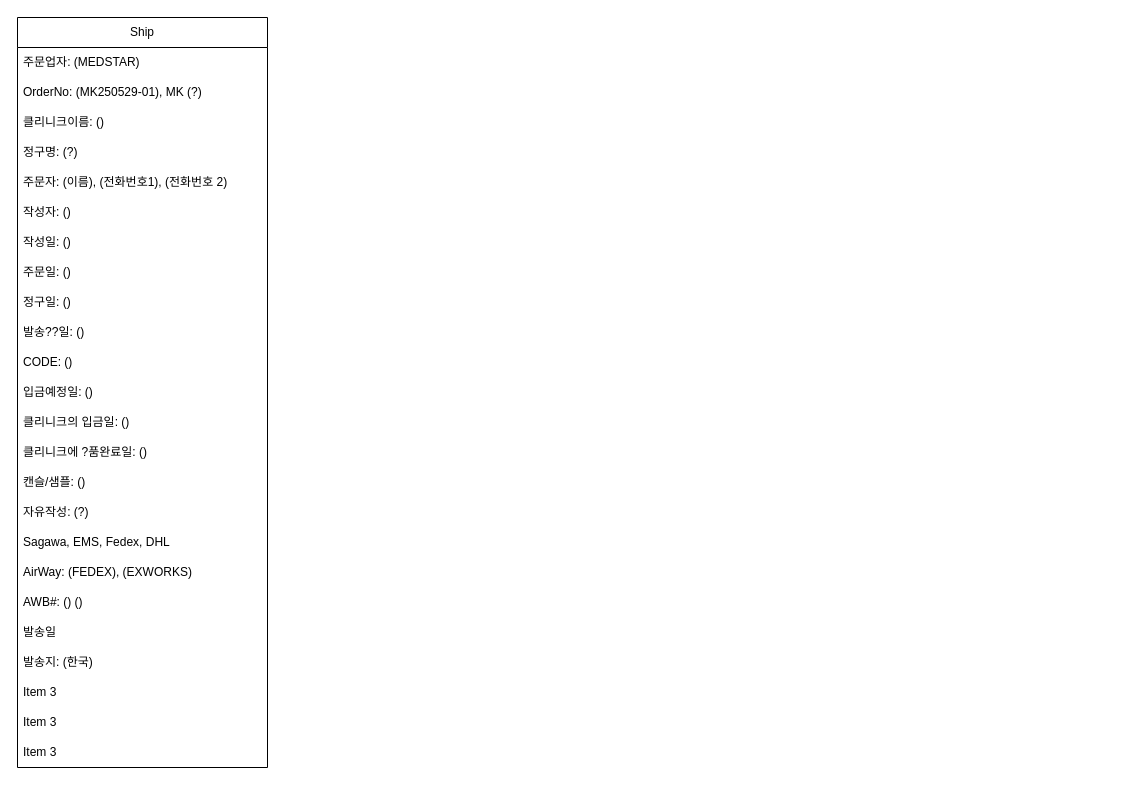
Above: medstar.drawio in danieldotskc/helloworld (draw.io), before the change. Source tidied: cells renumbered, new cells numbered last; positions are measured from the earlier drawing's top-left corner, leaving out a move shared by most shapes. Both pictures are drawn from the tidied source at 100%, with x=0, y=0 at pixel (17, 17).
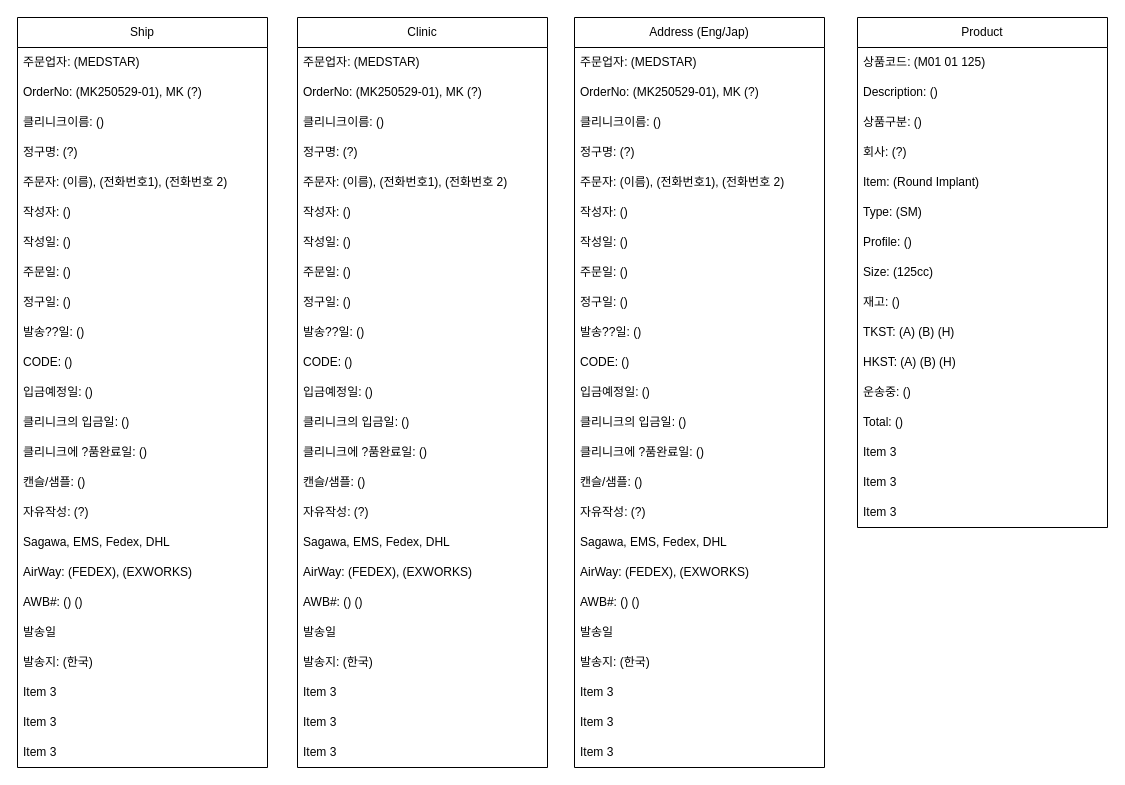
The same diagram, later.

Change to the diagram source:
```diff
@@
+    <mxCell id="27" value="Clinic" style="swimlane;fontStyle=0;horizontal=1;startSize=30;whiteSpace=wrap;html=1;" parent="1" vertex="1">
+      <mxGeometry x="280" width="250" height="750" as="geometry" />
+    </mxCell>
+    <mxCell id="28" value="주문업자: (MEDSTAR)" style="text;strokeColor=none;fillColor=none;align=left;verticalAlign=middle;spacingLeft=4;spacingRight=4;overflow=hidden;whiteSpace=wrap;html=1;" parent="27" vertex="1">
+      <mxGeometry y="30" width="250" height="30" as="geometry" />
+    </mxCell>
+    <mxCell id="29" value="OrderNo: (MK250529-01), MK (?)" style="text;strokeColor=none;fillColor=none;align=left;verticalAlign=middle;spacingLeft=4;spacingRight=4;overflow=hidden;whiteSpace=wrap;html=1;" parent="27" vertex="1">
+      <mxGeometry y="60" width="250" height="30" as="geometry" />
+    </mxCell>
+    <mxCell id="30" value="클리니크이름: ()" style="text;strokeColor=none;fillColor=none;align=left;verticalAlign=middle;spacingLeft=4;spacingRight=4;overflow=hidden;whiteSpace=wrap;html=1;" parent="27" vertex="1">
+      <mxGeometry y="90" width="250" height="30" as="geometry" />
+    </mxCell>
+    <mxCell id="31" value="정구명: (?)" style="text;strokeColor=none;fillColor=none;align=left;verticalAlign=middle;spacingLeft=4;spacingRight=4;overflow=hidden;whiteSpace=wrap;html=1;" parent="27" vertex="1">
+      <mxGeometry y="120" width="250" height="30" as="geometry" />
+    </mxCell>
+    <mxCell id="32" value="주문자: (이름), (전화번호1), (전화번호 2)" style="text;strokeColor=none;fillColor=none;align=left;verticalAlign=middle;spacingLeft=4;spacingRight=4;overflow=hidden;whiteSpace=wrap;html=1;" parent="27" vertex="1">
+      <mxGeometry y="150" width="250" height="30" as="geometry" />
+    </mxCell>
+    <mxCell id="33" value="작성자: ()" style="text;strokeColor=none;fillColor=none;align=left;verticalAlign=middle;spacingLeft=4;spacingRight=4;overflow=hidden;whiteSpace=wrap;html=1;" parent="27" vertex="1">
+      <mxGeometry y="180" width="250" height="30" as="geometry" />
+    </mxCell>
+    <mxCell id="34" value="작성일: ()" style="text;strokeColor=none;fillColor=none;align=left;verticalAlign=middle;spacingLeft=4;spacingRight=4;overflow=hidden;whiteSpace=wrap;html=1;" parent="27" vertex="1">
+      <mxGeometry y="210" width="250" height="30" as="geometry" />
+    </mxCell>
+    <mxCell id="35" value="주문일: ()" style="text;strokeColor=none;fillColor=none;align=left;verticalAlign=middle;spacingLeft=4;spacingRight=4;overflow=hidden;whiteSpace=wrap;html=1;" parent="27" vertex="1">
+      <mxGeometry y="240" width="250" height="30" as="geometry" />
+    </mxCell>
+    <mxCell id="36" value="정구일: ()" style="text;strokeColor=none;fillColor=none;align=left;verticalAlign=middle;spacingLeft=4;spacingRight=4;overflow=hidden;whiteSpace=wrap;html=1;" parent="27" vertex="1">
+      <mxGeometry y="270" width="250" height="30" as="geometry" />
+    </mxCell>
+    <mxCell id="37" value="발송??일: ()" style="text;strokeColor=none;fillColor=none;align=left;verticalAlign=middle;spacingLeft=4;spacingRight=4;overflow=hidden;whiteSpace=wrap;html=1;" parent="27" vertex="1">
+      <mxGeometry y="300" width="250" height="30" as="geometry" />
+    </mxCell>
+    <mxCell id="38" value="CODE: ()" style="text;strokeColor=none;fillColor=none;align=left;verticalAlign=middle;spacingLeft=4;spacingRight=4;overflow=hidden;whiteSpace=wrap;html=1;" parent="27" vertex="1">
+      <mxGeometry y="330" width="250" height="30" as="geometry" />
+    </mxCell>
+    <mxCell id="39" value="입금예정일: ()" style="text;strokeColor=none;fillColor=none;align=left;verticalAlign=middle;spacingLeft=4;spacingRight=4;overflow=hidden;whiteSpace=wrap;html=1;" parent="27" vertex="1">
+      <mxGeometry y="360" width="250" height="30" as="geometry" />
+    </mxCell>
+    <mxCell id="40" value="클리니크의 입금일: ()" style="text;strokeColor=none;fillColor=none;align=left;verticalAlign=middle;spacingLeft=4;spacingRight=4;overflow=hidden;whiteSpace=wrap;html=1;" parent="27" vertex="1">
+      <mxGeometry y="390" width="250" height="30" as="geometry" />
+    </mxCell>
+    <mxCell id="41" value="클리니크에 ?품완료일: ()" style="text;strokeColor=none;fillColor=none;align=left;verticalAlign=middle;spacingLeft=4;spacingRight=4;overflow=hidden;whiteSpace=wrap;html=1;" parent="27" vertex="1">
+      <mxGeometry y="420" width="250" height="30" as="geometry" />
+    </mxCell>
+    <mxCell id="42" value="캔슬/샘플: ()" style="text;strokeColor=none;fillColor=none;align=left;verticalAlign=middle;spacingLeft=4;spacingRight=4;overflow=hidden;whiteSpace=wrap;html=1;" parent="27" vertex="1">
+      <mxGeometry y="450" width="250" height="30" as="geometry" />
+    </mxCell>
+    <mxCell id="43" value="자유작성: (?)" style="text;strokeColor=none;fillColor=none;align=left;verticalAlign=middle;spacingLeft=4;spacingRight=4;overflow=hidden;whiteSpace=wrap;html=1;" parent="27" vertex="1">
+      <mxGeometry y="480" width="250" height="30" as="geometry" />
+    </mxCell>
+    <mxCell id="44" value="&lt;span style=&quot;text-align: center; text-wrap-mode: nowrap;&quot;&gt;Sagawa, EMS, Fedex, DHL&lt;/span&gt;" style="text;strokeColor=none;fillColor=none;align=left;verticalAlign=middle;spacingLeft=4;spacingRight=4;overflow=hidden;whiteSpace=wrap;html=1;" parent="27" vertex="1">
+      <mxGeometry y="510" width="250" height="30" as="geometry" />
+    </mxCell>
+    <mxCell id="45" value="&lt;span style=&quot;text-align: center; text-wrap-mode: nowrap;&quot;&gt;AirWay: (FEDEX), (EXWORKS)&lt;/span&gt;" style="text;strokeColor=none;fillColor=none;align=left;verticalAlign=middle;spacingLeft=4;spacingRight=4;overflow=hidden;whiteSpace=wrap;html=1;" parent="27" vertex="1">
+      <mxGeometry y="540" width="250" height="30" as="geometry" />
+    </mxCell>
+    <mxCell id="46" value="AWB#: () ()" style="text;strokeColor=none;fillColor=none;align=left;verticalAlign=middle;spacingLeft=4;spacingRight=4;overflow=hidden;whiteSpace=wrap;html=1;" parent="27" vertex="1">
+      <mxGeometry y="570" width="250" height="30" as="geometry" />
+    </mxCell>
+    <mxCell id="47" value="발송일" style="text;strokeColor=none;fillColor=none;align=left;verticalAlign=middle;spacingLeft=4;spacingRight=4;overflow=hidden;whiteSpace=wrap;html=1;" parent="27" vertex="1">
+      <mxGeometry y="600" width="250" height="30" as="geometry" />
+    </mxCell>
+    <mxCell id="48" value="발송지: (한국)" style="text;strokeColor=none;fillColor=none;align=left;verticalAlign=middle;spacingLeft=4;spacingRight=4;overflow=hidden;whiteSpace=wrap;html=1;" parent="27" vertex="1">
+      <mxGeometry y="630" width="250" height="30" as="geometry" />
+    </mxCell>
+    <mxCell id="49" value="Item 3" style="text;strokeColor=none;fillColor=none;align=left;verticalAlign=middle;spacingLeft=4;spacingRight=4;overflow=hidden;whiteSpace=wrap;html=1;" parent="27" vertex="1">
+      <mxGeometry y="660" width="250" height="30" as="geometry" />
+    </mxCell>
+    <mxCell id="50" value="Item 3" style="text;strokeColor=none;fillColor=none;align=left;verticalAlign=middle;spacingLeft=4;spacingRight=4;overflow=hidden;whiteSpace=wrap;html=1;" parent="27" vertex="1">
+      <mxGeometry y="690" width="250" height="30" as="geometry" />
+    </mxCell>
+    <mxCell id="51" value="Item 3" style="text;strokeColor=none;fillColor=none;align=left;verticalAlign=middle;spacingLeft=4;spacingRight=4;overflow=hidden;whiteSpace=wrap;html=1;" parent="27" vertex="1">
+      <mxGeometry y="720" width="250" height="30" as="geometry" />
+    </mxCell>
+    <mxCell id="52" value="Address (Eng/Jap)" style="swimlane;fontStyle=0;horizontal=1;startSize=30;whiteSpace=wrap;html=1;" parent="1" vertex="1">
+      <mxGeometry x="557" width="250" height="750" as="geometry" />
+    </mxCell>
+    <mxCell id="53" value="주문업자: (MEDSTAR)" style="text;strokeColor=none;fillColor=none;align=left;verticalAlign=middle;spacingLeft=4;spacingRight=4;overflow=hidden;whiteSpace=wrap;html=1;" parent="52" vertex="1">
+      <mxGeometry y="30" width="250" height="30" as="geometry" />
+    </mxCell>
+    <mxCell id="54" value="OrderNo: (MK250529-01), MK (?)" style="text;strokeColor=none;fillColor=none;align=left;verticalAlign=middle;spacingLeft=4;spacingRight=4;overflow=hidden;whiteSpace=wrap;html=1;" parent="52" vertex="1">
+      <mxGeometry y="60" width="250" height="30" as="geometry" />
+    </mxCell>
+    <mxCell id="55" value="클리니크이름: ()" style="text;strokeColor=none;fillColor=none;align=left;verticalAlign=middle;spacingLeft=4;spacingRight=4;overflow=hidden;whiteSpace=wrap;html=1;" parent="52" vertex="1">
+      <mxGeometry y="90" width="250" height="30" as="geometry" />
+    </mxCell>
+    <mxCell id="56" value="정구명: (?)" style="text;strokeColor=none;fillColor=none;align=left;verticalAlign=middle;spacingLeft=4;spacingRight=4;overflow=hidden;whiteSpace=wrap;html=1;" parent="52" vertex="1">
+      <mxGeometry y="120" width="250" height="30" as="geometry" />
+    </mxCell>
+    <mxCell id="57" value="주문자: (이름), (전화번호1), (전화번호 2)" style="text;strokeColor=none;fillColor=none;align=left;verticalAlign=middle;spacingLeft=4;spacingRight=4;overflow=hidden;whiteSpace=wrap;html=1;" parent="52" vertex="1">
+      <mxGeometry y="150" width="250" height="30" as="geometry" />
+    </mxCell>
+    <mxCell id="58" value="작성자: ()" style="text;strokeColor=none;fillColor=none;align=left;verticalAlign=middle;spacingLeft=4;spacingRight=4;overflow=hidden;whiteSpace=wrap;html=1;" parent="52" vertex="1">
+      <mxGeometry y="180" width="250" height="30" as="geometry" />
+    </mxCell>
+    <mxCell id="59" value="작성일: ()" style="text;strokeColor=none;fillColor=none;align=left;verticalAlign=middle;spacingLeft=4;spacingRight=4;overflow=hidden;whiteSpace=wrap;html=1;" parent="52" vertex="1">
+      <mxGeometry y="210" width="250" height="30" as="geometry" />
+    </mxCell>
+    <mxCell id="60" value="주문일: ()" style="text;strokeColor=none;fillColor=none;align=left;verticalAlign=middle;spacingLeft=4;spacingRight=4;overflow=hidden;whiteSpace=wrap;html=1;" parent="52" vertex="1">
+      <mxGeometry y="240" width="250" height="30" as="geometry" />
+    </mxCell>
+    <mxCell id="61" value="정구일: ()" style="text;strokeColor=none;fillColor=none;align=left;verticalAlign=middle;spacingLeft=4;spacingRight=4;overflow=hidden;whiteSpace=wrap;html=1;" parent="52" vertex="1">
+      <mxGeometry y="270" width="250" height="30" as="geometry" />
+    </mxCell>
+    <mxCell id="62" value="발송??일: ()" style="text;strokeColor=none;fillColor=none;align=left;verticalAlign=middle;spacingLeft=4;spacingRight=4;overflow=hidden;whiteSpace=wrap;html=1;" parent="52" vertex="1">
+      <mxGeometry y="300" width="250" height="30" as="geometry" />
+    </mxCell>
+    <mxCell id="63" value="CODE: ()" style="text;strokeColor=none;fillColor=none;align=left;verticalAlign=middle;spacingLeft=4;spacingRight=4;overflow=hidden;whiteSpace=wrap;html=1;" parent="52" vertex="1">
+      <mxGeometry y="330" width="250" height="30" as="geometry" />
+    </mxCell>
+    <mxCell id="64" value="입금예정일: ()" style="text;strokeColor=none;fillColor=none;align=left;verticalAlign=middle;spacingLeft=4;spacingRight=4;overflow=hidden;whiteSpace=wrap;html=1;" parent="52" vertex="1">
+      <mxGeometry y="360" width="250" height="30" as="geometry" />
+    </mxCell>
+    <mxCell id="65" value="클리니크의 입금일: ()" style="text;strokeColor=none;fillColor=none;align=left;verticalAlign=middle;spacingLeft=4;spacingRight=4;overflow=hidden;whiteSpace=wrap;html=1;" parent="52" vertex="1">
+      <mxGeometry y="390" width="250" height="30" as="geometry" />
+    </mxCell>
+    <mxCell id="66" value="클리니크에 ?품완료일: ()" style="text;strokeColor=none;fillColor=none;align=left;verticalAlign=middle;spacingLeft=4;spacingRight=4;overflow=hidden;whiteSpace=wrap;html=1;" parent="52" vertex="1">
+      <mxGeometry y="420" width="250" height="30" as="geometry" />
+    </mxCell>
+    <mxCell id="67" value="캔슬/샘플: ()" style="text;strokeColor=none;fillColor=none;align=left;verticalAlign=middle;spacingLeft=4;spacingRight=4;overflow=hidden;whiteSpace=wrap;html=1;" parent="52" vertex="1">
+      <mxGeometry y="450" width="250" height="30" as="geometry" />
+    </mxCell>
+    <mxCell id="68" value="자유작성: (?)" style="text;strokeColor=none;fillColor=none;align=left;verticalAlign=middle;spacingLeft=4;spacingRight=4;overflow=hidden;whiteSpace=wrap;html=1;" parent="52" vertex="1">
+      <mxGeometry y="480" width="250" height="30" as="geometry" />
+    </mxCell>
+    <mxCell id="69" value="&lt;span style=&quot;text-align: center; text-wrap-mode: nowrap;&quot;&gt;Sagawa, EMS, Fedex, DHL&lt;/span&gt;" style="text;strokeColor=none;fillColor=none;align=left;verticalAlign=middle;spacingLeft=4;spacingRight=4;overflow=hidden;whiteSpace=wrap;html=1;" parent="52" vertex="1">
+      <mxGeometry y="510" width="250" height="30" as="geometry" />
+    </mxCell>
+    <mxCell id="70" value="&lt;span style=&quot;text-align: center; text-wrap-mode: nowrap;&quot;&gt;AirWay: (FEDEX), (EXWORKS)&lt;/span&gt;" style="text;strokeColor=none;fillColor=none;align=left;verticalAlign=middle;spacingLeft=4;spacingRight=4;overflow=hidden;whiteSpace=wrap;html=1;" parent="52" vertex="1">
+      <mxGeometry y="540" width="250" height="30" as="geometry" />
+    </mxCell>
+    <mxCell id="71" value="AWB#: () ()" style="text;strokeColor=none;fillColor=none;align=left;verticalAlign=middle;spacingLeft=4;spacingRight=4;overflow=hidden;whiteSpace=wrap;html=1;" parent="52" vertex="1">
+      <mxGeometry y="570" width="250" height="30" as="geometry" />
+    </mxCell>
+    <mxCell id="72" value="발송일" style="text;strokeColor=none;fillColor=none;align=left;verticalAlign=middle;spacingLeft=4;spacingRight=4;overflow=hidden;whiteSpace=wrap;html=1;" parent="52" vertex="1">
+      <mxGeometry y="600" width="250" height="30" as="geometry" />
+    </mxCell>
+    <mxCell id="73" value="발송지: (한국)" style="text;strokeColor=none;fillColor=none;align=left;verticalAlign=middle;spacingLeft=4;spacingRight=4;overflow=hidden;whiteSpace=wrap;html=1;" parent="52" vertex="1">
+      <mxGeometry y="630" width="250" height="30" as="geometry" />
+    </mxCell>
+    <mxCell id="74" value="Item 3" style="text;strokeColor=none;fillColor=none;align=left;verticalAlign=middle;spacingLeft=4;spacingRight=4;overflow=hidden;whiteSpace=wrap;html=1;" parent="52" vertex="1">
+      <mxGeometry y="660" width="250" height="30" as="geometry" />
+    </mxCell>
+    <mxCell id="75" value="Item 3" style="text;strokeColor=none;fillColor=none;align=left;verticalAlign=middle;spacingLeft=4;spacingRight=4;overflow=hidden;whiteSpace=wrap;html=1;" parent="52" vertex="1">
+      <mxGeometry y="690" width="250" height="30" as="geometry" />
+    </mxCell>
+    <mxCell id="76" value="Item 3" style="text;strokeColor=none;fillColor=none;align=left;verticalAlign=middle;spacingLeft=4;spacingRight=4;overflow=hidden;whiteSpace=wrap;html=1;" parent="52" vertex="1">
+      <mxGeometry y="720" width="250" height="30" as="geometry" />
+    </mxCell>
+    <mxCell id="77" value="Product" style="swimlane;fontStyle=0;horizontal=1;startSize=30;whiteSpace=wrap;html=1;" parent="1" vertex="1">
+      <mxGeometry x="840" width="250" height="510" as="geometry" />
+    </mxCell>
+    <mxCell id="78" value="상품코드: (M01 01 125)" style="text;strokeColor=none;fillColor=none;align=left;verticalAlign=middle;spacingLeft=4;spacingRight=4;overflow=hidden;whiteSpace=wrap;html=1;" parent="77" vertex="1">
+      <mxGeometry y="30" width="250" height="30" as="geometry" />
+    </mxCell>
+    <mxCell id="79" value="Description: ()" style="text;strokeColor=none;fillColor=none;align=left;verticalAlign=middle;spacingLeft=4;spacingRight=4;overflow=hidden;whiteSpace=wrap;html=1;" parent="77" vertex="1">
+      <mxGeometry y="60" width="250" height="30" as="geometry" />
+    </mxCell>
+    <mxCell id="80" value="상품구분: ()" style="text;strokeColor=none;fillColor=none;align=left;verticalAlign=middle;spacingLeft=4;spacingRight=4;overflow=hidden;whiteSpace=wrap;html=1;" parent="77" vertex="1">
+      <mxGeometry y="90" width="250" height="30" as="geometry" />
+    </mxCell>
+    <mxCell id="81" value="회사: (?)" style="text;strokeColor=none;fillColor=none;align=left;verticalAlign=middle;spacingLeft=4;spacingRight=4;overflow=hidden;whiteSpace=wrap;html=1;" parent="77" vertex="1">
+      <mxGeometry y="120" width="250" height="30" as="geometry" />
+    </mxCell>
+    <mxCell id="82" value="Item: (Round Implant)" style="text;strokeColor=none;fillColor=none;align=left;verticalAlign=middle;spacingLeft=4;spacingRight=4;overflow=hidden;whiteSpace=wrap;html=1;" parent="77" vertex="1">
+      <mxGeometry y="150" width="250" height="30" as="geometry" />
+    </mxCell>
+    <mxCell id="83" value="Type: (SM)" style="text;strokeColor=none;fillColor=none;align=left;verticalAlign=middle;spacingLeft=4;spacingRight=4;overflow=hidden;whiteSpace=wrap;html=1;" parent="77" vertex="1">
+      <mxGeometry y="180" width="250" height="30" as="geometry" />
+    </mxCell>
+    <mxCell id="84" value="Profile: ()" style="text;strokeColor=none;fillColor=none;align=left;verticalAlign=middle;spacingLeft=4;spacingRight=4;overflow=hidden;whiteSpace=wrap;html=1;" parent="77" vertex="1">
+      <mxGeometry y="210" width="250" height="30" as="geometry" />
+    </mxCell>
+    <mxCell id="85" value="Size: (125cc)" style="text;strokeColor=none;fillColor=none;align=left;verticalAlign=middle;spacingLeft=4;spacingRight=4;overflow=hidden;whiteSpace=wrap;html=1;" parent="77" vertex="1">
+      <mxGeometry y="240" width="250" height="30" as="geometry" />
+    </mxCell>
+    <mxCell id="86" value="재고: ()" style="text;strokeColor=none;fillColor=none;align=left;verticalAlign=middle;spacingLeft=4;spacingRight=4;overflow=hidden;whiteSpace=wrap;html=1;" parent="77" vertex="1">
+      <mxGeometry y="270" width="250" height="30" as="geometry" />
+    </mxCell>
+    <mxCell id="87" value="TKST: (A) (B) (H)" style="text;strokeColor=none;fillColor=none;align=left;verticalAlign=middle;spacingLeft=4;spacingRight=4;overflow=hidden;whiteSpace=wrap;html=1;" parent="77" vertex="1">
+      <mxGeometry y="300" width="250" height="30" as="geometry" />
+    </mxCell>
+    <mxCell id="88" value="HKST: (A) (B) (H)" style="text;strokeColor=none;fillColor=none;align=left;verticalAlign=middle;spacingLeft=4;spacingRight=4;overflow=hidden;whiteSpace=wrap;html=1;" parent="77" vertex="1">
+      <mxGeometry y="330" width="250" height="30" as="geometry" />
+    </mxCell>
+    <mxCell id="89" value="운송중: ()" style="text;strokeColor=none;fillColor=none;align=left;verticalAlign=middle;spacingLeft=4;spacingRight=4;overflow=hidden;whiteSpace=wrap;html=1;" parent="77" vertex="1">
+      <mxGeometry y="360" width="250" height="30" as="geometry" />
+    </mxCell>
+    <mxCell id="90" value="Total: ()" style="text;strokeColor=none;fillColor=none;align=left;verticalAlign=middle;spacingLeft=4;spacingRight=4;overflow=hidden;whiteSpace=wrap;html=1;" parent="77" vertex="1">
+      <mxGeometry y="390" width="250" height="30" as="geometry" />
+    </mxCell>
+    <mxCell id="91" value="Item 3" style="text;strokeColor=none;fillColor=none;align=left;verticalAlign=middle;spacingLeft=4;spacingRight=4;overflow=hidden;whiteSpace=wrap;html=1;" parent="77" vertex="1">
+      <mxGeometry y="420" width="250" height="30" as="geometry" />
+    </mxCell>
+    <mxCell id="92" value="Item 3" style="text;strokeColor=none;fillColor=none;align=left;verticalAlign=middle;spacingLeft=4;spacingRight=4;overflow=hidden;whiteSpace=wrap;html=1;" parent="77" vertex="1">
+      <mxGeometry y="450" width="250" height="30" as="geometry" />
+    </mxCell>
+    <mxCell id="93" value="Item 3" style="text;strokeColor=none;fillColor=none;align=left;verticalAlign=middle;spacingLeft=4;spacingRight=4;overflow=hidden;whiteSpace=wrap;html=1;" parent="77" vertex="1">
+      <mxGeometry y="480" width="250" height="30" as="geometry" />
+    </mxCell>
```
